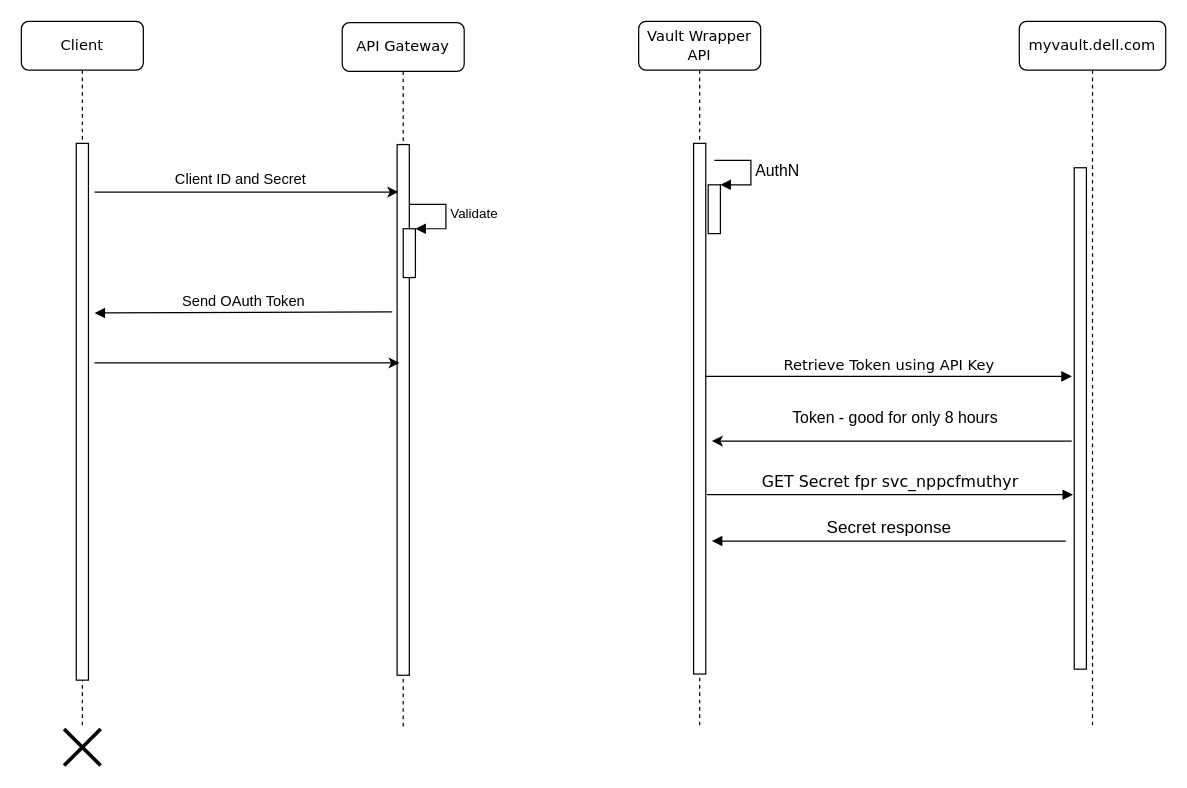
Before: Vaulti-API-Gateway.drawio in rama78/app-config, a draw.io diagram. Source tidied: cells renumbered, new cells numbered last; positions are measured from the earlier drawing's top-left corner, leaving out a move shared by most shapes. Both pictures are drawn from the tidied source at 122%, with x=0, y=0 at pixel (21, 21).
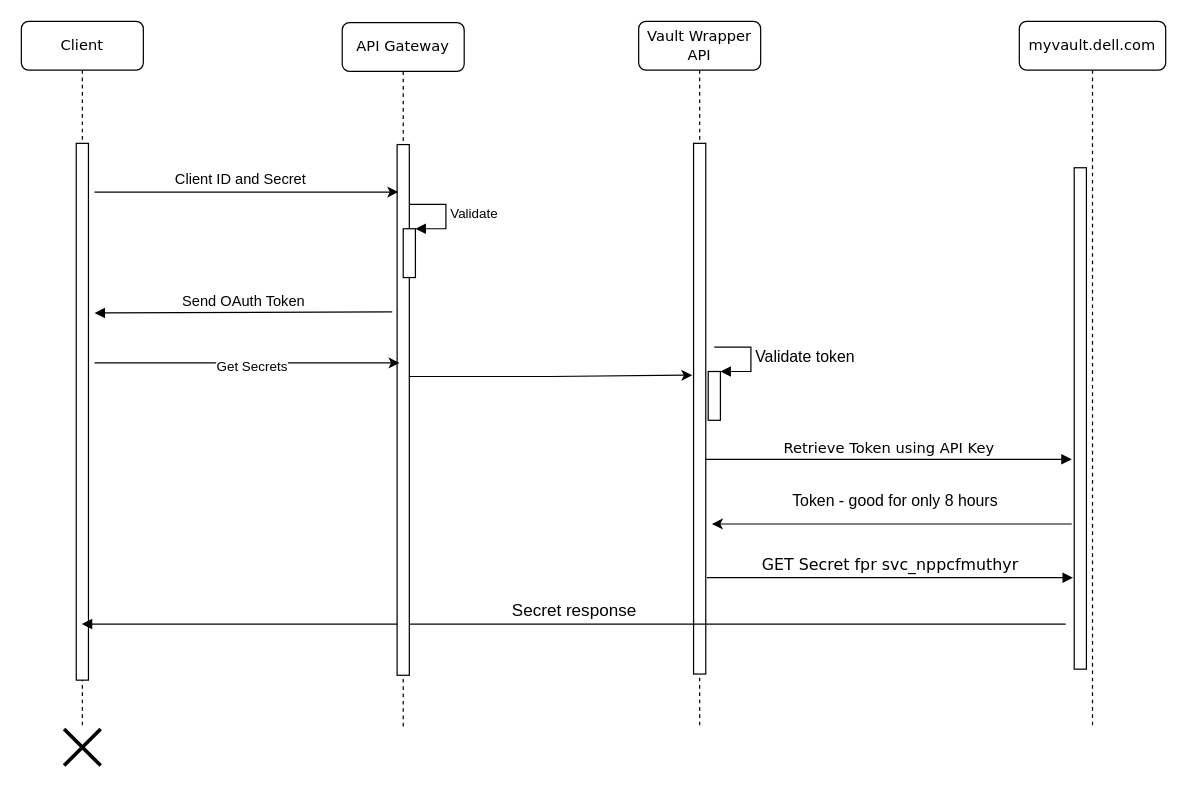
The same diagram, later.

Unchanged cells that the change refers to:
```xml
<mxCell id="2" value="Vault Wrapper API" style="shape=umlLifeline;perimeter=lifelinePerimeter;whiteSpace=wrap;html=1;rounded=1;shadow=0;comic=0;labelBackgroundColor=none;strokeWidth=1;fontFamily=Verdana;fontSize=12;align=center;" parent="1" vertex="1">
  <mxGeometry x="506" width="100" height="580" as="geometry" />
</mxCell>
<mxCell id="8" value="Client" style="shape=umlLifeline;perimeter=lifelinePerimeter;whiteSpace=wrap;html=1;outlineConnect=0;rounded=1;shadow=0;comic=0;labelBackgroundColor=none;strokeWidth=1;fontFamily=Verdana;fontSize=12;align=center;" parent="1" vertex="1">
  <mxGeometry width="100" height="580" as="geometry" />
</mxCell>
<mxCell id="19" style="html=1;points=[];perimeter=orthogonalPerimeter;rounded=0;shadow=0;comic=0;labelBackgroundColor=none;strokeWidth=1;fontFamily=Verdana;fontSize=12;align=center;" parent="18" vertex="1">
  <mxGeometry x="45" y="100" width="10" height="435" as="geometry" />
</mxCell>
<mxCell id="22" style="endArrow=classic;html=1;entryX=0.5;entryY=0;entryDx=0;entryDy=0;" parent="1" edge="1">
  <mxGeometry relative="1" as="geometry">
    <mxPoint x="60" y="280" as="sourcePoint" />
    <mxPoint x="310" y="280" as="targetPoint" />
    <Array as="points">
      <mxPoint x="130" y="280" />
    </Array>
  </mxGeometry>
</mxCell>
```

The edit, as a diff of the source:
```diff
@@
     <mxCell id="4" style="html=1;points=[];perimeter=orthogonalPerimeter;" parent="2" vertex="1">
-      <mxGeometry x="57" y="134" width="10" height="40" as="geometry" />
+      <mxGeometry x="57" y="287" width="10" height="40" as="geometry" />
     </mxCell>
-    <mxCell id="5" value="&lt;font style=&quot;font-size: 13px&quot;&gt;AuthN&lt;/font&gt;" style="edgeStyle=orthogonalEdgeStyle;html=1;align=left;spacingLeft=2;endArrow=block;rounded=0;entryX=1;entryY=0;" parent="2" edge="1" target="4">
+    <mxCell id="5" value="&lt;span style=&quot;font-size: 13px&quot;&gt;Validate token&lt;/span&gt;" style="edgeStyle=orthogonalEdgeStyle;html=1;align=left;spacingLeft=2;endArrow=block;rounded=0;entryX=1;entryY=0;" parent="2" edge="1" target="4">
       <mxGeometry relative="1" as="geometry">
-        <mxPoint x="62" y="114" as="sourcePoint" />
+        <mxPoint x="62" y="267" as="sourcePoint" />
         <Array as="points">
-          <mxPoint x="92" y="114" />
+          <mxPoint x="92" y="267" />
         </Array>
       </mxGeometry>
     </mxCell>
@@
     <mxCell id="10" value="Retrieve Token using API Key" style="html=1;verticalAlign=bottom;endArrow=block;entryX=0;entryY=0;labelBackgroundColor=none;fontFamily=Verdana;fontSize=12;edgeStyle=elbowEdgeStyle;elbow=vertical;" parent="1" edge="1">
       <mxGeometry relative="1" as="geometry">
-        <mxPoint x="561" y="291" as="sourcePoint" />
-        <mxPoint x="861" y="291" as="targetPoint" />
+        <mxPoint x="561" y="359" as="sourcePoint" />
+        <mxPoint x="861" y="359" as="targetPoint" />
       </mxGeometry>
     </mxCell>
@@
     <mxCell id="12" style="edgeStyle=orthogonalEdgeStyle;rounded=0;orthogonalLoop=1;jettySize=auto;html=1;" parent="1" edge="1">
       <mxGeometry relative="1" as="geometry">
-        <mxPoint x="861" y="344" as="sourcePoint" />
-        <mxPoint x="566" y="344" as="targetPoint" />
+        <mxPoint x="861" y="412" as="sourcePoint" />
+        <mxPoint x="566" y="412" as="targetPoint" />
         <Array as="points">
-          <mxPoint x="829" y="344" />
-          <mxPoint x="829" y="344" />
+          <mxPoint x="829" y="412" />
+          <mxPoint x="829" y="412" />
         </Array>
       </mxGeometry>
     </mxCell>
     <mxCell id="13" value="&lt;font style=&quot;font-size: 13px&quot;&gt;Token - good for only 8 hours&lt;/font&gt;" style="text;html=1;strokeColor=none;fillColor=none;align=center;verticalAlign=middle;whiteSpace=wrap;rounded=0;" parent="1" vertex="1">
-      <mxGeometry x="597" y="315" width="239" height="20" as="geometry" />
+      <mxGeometry x="597" y="383" width="239" height="20" as="geometry" />
     </mxCell>
     <mxCell id="14" value="&lt;font style=&quot;font-size: 13px&quot;&gt;GET Secret fpr svc_nppcfmuthyr&lt;/font&gt;" style="html=1;verticalAlign=bottom;endArrow=block;entryX=0;entryY=0;labelBackgroundColor=none;fontFamily=Verdana;fontSize=12;edgeStyle=elbowEdgeStyle;elbow=vertical;" parent="1" edge="1">
       <mxGeometry relative="1" as="geometry">
-        <mxPoint x="562" y="388" as="sourcePoint" />
-        <mxPoint x="862" y="388" as="targetPoint" />
+        <mxPoint x="562" y="456" as="sourcePoint" />
+        <mxPoint x="862" y="456" as="targetPoint" />
       </mxGeometry>
     </mxCell>
@@
-    <mxCell id="16" value="&lt;font style=&quot;font-size: 14px&quot;&gt;Secret response&lt;/font&gt;" style="html=1;verticalAlign=bottom;endArrow=block;" parent="1" edge="1">
+    <mxCell id="16" value="&lt;font style=&quot;font-size: 14px&quot;&gt;Secret response&lt;/font&gt;" style="html=1;verticalAlign=bottom;endArrow=block;" parent="1" edge="1" target="8">
       <mxGeometry relative="1" as="geometry">
-        <mxPoint x="856" y="426" as="sourcePoint" />
-        <mxPoint x="566" y="426" as="targetPoint" />
+        <mxPoint x="856" y="494" as="sourcePoint" />
       </mxGeometry>
     </mxCell>
@@
+    <mxCell id="24" style="edgeStyle=orthogonalEdgeStyle;rounded=0;jettySize=auto;html=1;exitX=1;exitY=0.437;exitDx=0;exitDy=0;exitPerimeter=0;" parent="1" edge="1" source="19">
+      <mxGeometry relative="1" as="geometry">
+        <mxPoint x="550" y="290" as="targetPoint" />
+      </mxGeometry>
+    </mxCell>
@@
+    <mxCell id="25" value="Get Secrets" style="edgeLabel;html=1;align=center;verticalAlign=middle;" parent="22" vertex="1">
+      <mxGeometry x="0.02" y="-2" relative="1" as="geometry" />
+    </mxCell>
```
